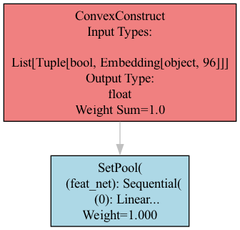
This is vis.gv.png from ZongjingLi/MetaLearner, a Graphviz export, as it was before one commit. Its source is kept beside it as vis.gv.
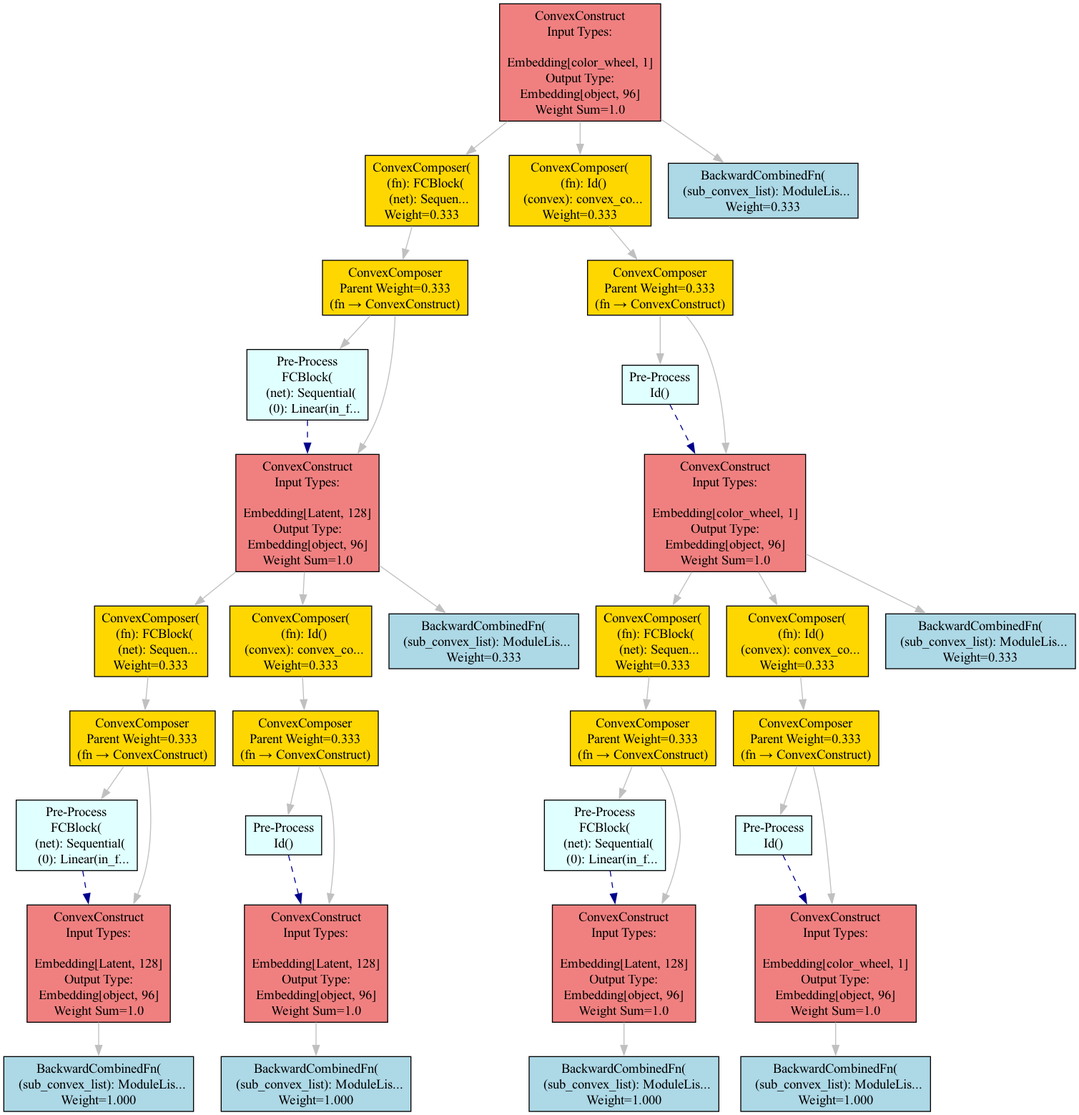
The same diagram one commit later.

The edit, as a diff of the source:
```diff
@@ -1,16 +1,171 @@
 digraph vis {
 	node [fillcolor=lightblue shape=box style=filled]
 	edge [color=gray]
-	ConvexConstruct_5089141232 [label="ConvexConstruct
+	ConvexConstruct_5710630768 [label="ConvexConstruct
 Input Types:
 
-List[Tuple[bool, Embedding[object, 96]]]
+Embedding[color_wheel, 1]
 Output Type:
-float
+Embedding[object, 96]
 Weight Sum=1.0" fillcolor=lightcoral]
-	Func_5089141472 [label="SetPool(
-  (feat_net): Sequential(
-    (0): Linear...
+	Func_5710671296 [label="ConvexComposer(
+  (fn): FCBlock(
+    (net): Sequen...
+Weight=0.333" fillcolor=gold]
+	ConvexConstruct_5710630768 -> Func_5710671296
+	ConvexComposer_5710671296 [label="ConvexComposer
+Parent Weight=0.333
+(fn → ConvexConstruct)" fillcolor=gold]
+	Func_5710671296 -> ConvexComposer_5710671296
+	Fn_5710668128 [label="Pre-Process
+FCBlock(
+  (net): Sequential(
+    (0): Linear(in_f..." fillcolor=lightcyan]
+	ConvexComposer_5710671296 -> Fn_5710668128
+	ConvexConstruct_5710668224 [label="ConvexConstruct
+Input Types:
+
+Embedding[Latent, 128]
+Output Type:
+Embedding[object, 96]
+Weight Sum=1.0" fillcolor=lightcoral]
+	ConvexComposer_5710671296 -> ConvexConstruct_5710668224
+	Func_5710668896 [label="ConvexComposer(
+  (fn): FCBlock(
+    (net): Sequen...
+Weight=0.333" fillcolor=gold]
+	ConvexConstruct_5710668224 -> Func_5710668896
+	ConvexComposer_5710668896 [label="ConvexComposer
+Parent Weight=0.333
+(fn → ConvexConstruct)" fillcolor=gold]
+	Func_5710668896 -> ConvexComposer_5710668896
+	Fn_5710668272 [label="Pre-Process
+FCBlock(
+  (net): Sequential(
+    (0): Linear(in_f..." fillcolor=lightcyan]
+	ConvexComposer_5710668896 -> Fn_5710668272
+	ConvexConstruct_5710668368 [label="ConvexConstruct
+Input Types:
+
+Embedding[Latent, 128]
+Output Type:
+Embedding[object, 96]
+Weight Sum=1.0" fillcolor=lightcoral]
+	ConvexComposer_5710668896 -> ConvexConstruct_5710668368
+	Func_5710668080 [label="BackwardCombinedFn(
+  (sub_convex_list): ModuleLis...
 Weight=1.000"]
-	ConvexConstruct_5089141232 -> Func_5089141472
+	ConvexConstruct_5710668368 -> Func_5710668080
+	Fn_5710668272 -> ConvexConstruct_5710668368 [color=darkblue style=dashed]
+	Func_5710669712 [label="ConvexComposer(
+  (fn): Id()
+  (convex): convex_co...
+Weight=0.333" fillcolor=gold]
+	ConvexConstruct_5710668224 -> Func_5710669712
+	ConvexComposer_5710669712 [label="ConvexComposer
+Parent Weight=0.333
+(fn → ConvexConstruct)" fillcolor=gold]
+	Func_5710669712 -> ConvexComposer_5710669712
+	Fn_5710669088 [label="Pre-Process
+Id()" fillcolor=lightcyan]
+	ConvexComposer_5710669712 -> Fn_5710669088
+	ConvexConstruct_5710668992 [label="ConvexConstruct
+Input Types:
+
+Embedding[Latent, 128]
+Output Type:
+Embedding[object, 96]
+Weight Sum=1.0" fillcolor=lightcoral]
+	ConvexComposer_5710669712 -> ConvexConstruct_5710668992
+	Func_5710669472 [label="BackwardCombinedFn(
+  (sub_convex_list): ModuleLis...
+Weight=1.000"]
+	ConvexConstruct_5710668992 -> Func_5710669472
+	Fn_5710669088 -> ConvexConstruct_5710668992 [color=darkblue style=dashed]
+	Func_5710671200 [label="BackwardCombinedFn(
+  (sub_convex_list): ModuleLis...
+Weight=0.333"]
+	ConvexConstruct_5710668224 -> Func_5710671200
+	Fn_5710668128 -> ConvexConstruct_5710668224 [color=darkblue style=dashed]
+	Func_5710998496 [label="ConvexComposer(
+  (fn): Id()
+  (convex): convex_co...
+Weight=0.333" fillcolor=gold]
+	ConvexConstruct_5710630768 -> Func_5710998496
+	ConvexComposer_5710998496 [label="ConvexComposer
+Parent Weight=0.333
+(fn → ConvexConstruct)" fillcolor=gold]
+	Func_5710998496 -> ConvexComposer_5710998496
+	Fn_5710671344 [label="Pre-Process
+Id()" fillcolor=lightcyan]
+	ConvexComposer_5710998496 -> Fn_5710671344
+	ConvexConstruct_5710671392 [label="ConvexConstruct
+Input Types:
+
+Embedding[color_wheel, 1]
+Output Type:
+Embedding[object, 96]
+Weight Sum=1.0" fillcolor=lightcoral]
+	ConvexComposer_5710998496 -> ConvexConstruct_5710671392
+	Func_5710995904 [label="ConvexComposer(
+  (fn): FCBlock(
+    (net): Sequen...
+Weight=0.333" fillcolor=gold]
+	ConvexConstruct_5710671392 -> Func_5710995904
+	ConvexComposer_5710995904 [label="ConvexComposer
+Parent Weight=0.333
+(fn → ConvexConstruct)" fillcolor=gold]
+	Func_5710995904 -> ConvexComposer_5710995904
+	Fn_5710671536 [label="Pre-Process
+FCBlock(
+  (net): Sequential(
+    (0): Linear(in_f..." fillcolor=lightcyan]
+	ConvexComposer_5710995904 -> Fn_5710671536
+	ConvexConstruct_5710671824 [label="ConvexConstruct
+Input Types:
+
+Embedding[Latent, 128]
+Output Type:
+Embedding[object, 96]
+Weight Sum=1.0" fillcolor=lightcoral]
+	ConvexComposer_5710995904 -> ConvexConstruct_5710671824
+	Func_5710995520 [label="BackwardCombinedFn(
+  (sub_convex_list): ModuleLis...
+Weight=1.000"]
+	ConvexConstruct_5710671824 -> Func_5710995520
+	Fn_5710671536 -> ConvexConstruct_5710671824 [color=darkblue style=dashed]
+	Func_5710996720 [label="ConvexComposer(
+  (fn): Id()
+  (convex): convex_co...
+Weight=0.333" fillcolor=gold]
+	ConvexConstruct_5710671392 -> Func_5710996720
+	ConvexComposer_5710996720 [label="ConvexComposer
+Parent Weight=0.333
+(fn → ConvexConstruct)" fillcolor=gold]
+	Func_5710996720 -> ConvexComposer_5710996720
+	Fn_5710996096 [label="Pre-Process
+Id()" fillcolor=lightcyan]
+	ConvexComposer_5710996720 -> Fn_5710996096
+	ConvexConstruct_5710996000 [label="ConvexConstruct
+Input Types:
+
+Embedding[color_wheel, 1]
+Output Type:
+Embedding[object, 96]
+Weight Sum=1.0" fillcolor=lightcoral]
+	ConvexComposer_5710996720 -> ConvexConstruct_5710996000
+	Func_5710996960 [label="BackwardCombinedFn(
+  (sub_convex_list): ModuleLis...
+Weight=1.000"]
+	ConvexConstruct_5710996000 -> Func_5710996960
+	Fn_5710996096 -> ConvexConstruct_5710996000 [color=darkblue style=dashed]
+	Func_5710998400 [label="BackwardCombinedFn(
+  (sub_convex_list): ModuleLis...
+Weight=0.333"]
+	ConvexConstruct_5710671392 -> Func_5710998400
+	Fn_5710671344 -> ConvexConstruct_5710671392 [color=darkblue style=dashed]
+	Func_5711305120 [label="BackwardCombinedFn(
+  (sub_convex_list): ModuleLis...
+Weight=0.333"]
+	ConvexConstruct_5710630768 -> Func_5711305120
 }
```
